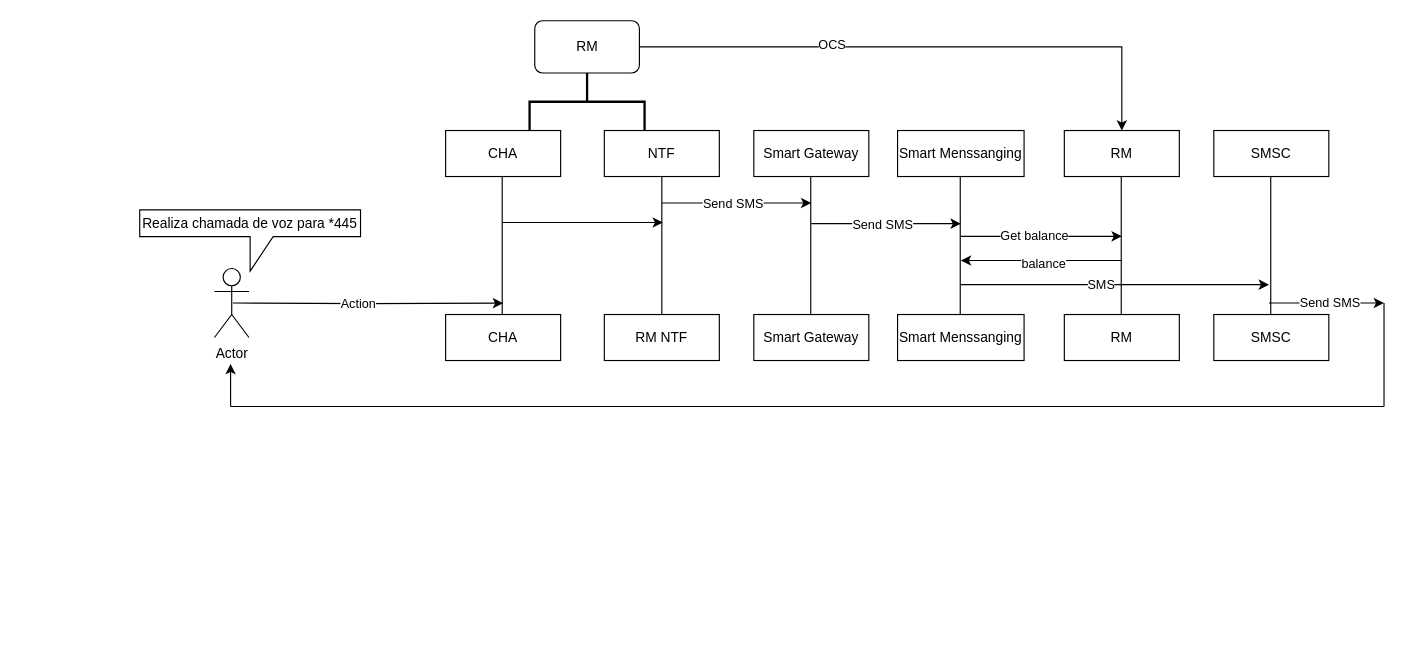
The draw.io diagram Service455.drawio in SAMUKISZHSD/Draw.io, before the edit. Source tidied: cells renumbered, new cells numbered last; positions are measured from the earlier drawing's top-left corner, leaving out a move shared by most shapes. Both pictures are drawn from the tidied source at 115%, with x=0, y=0 at pixel (139, 20).
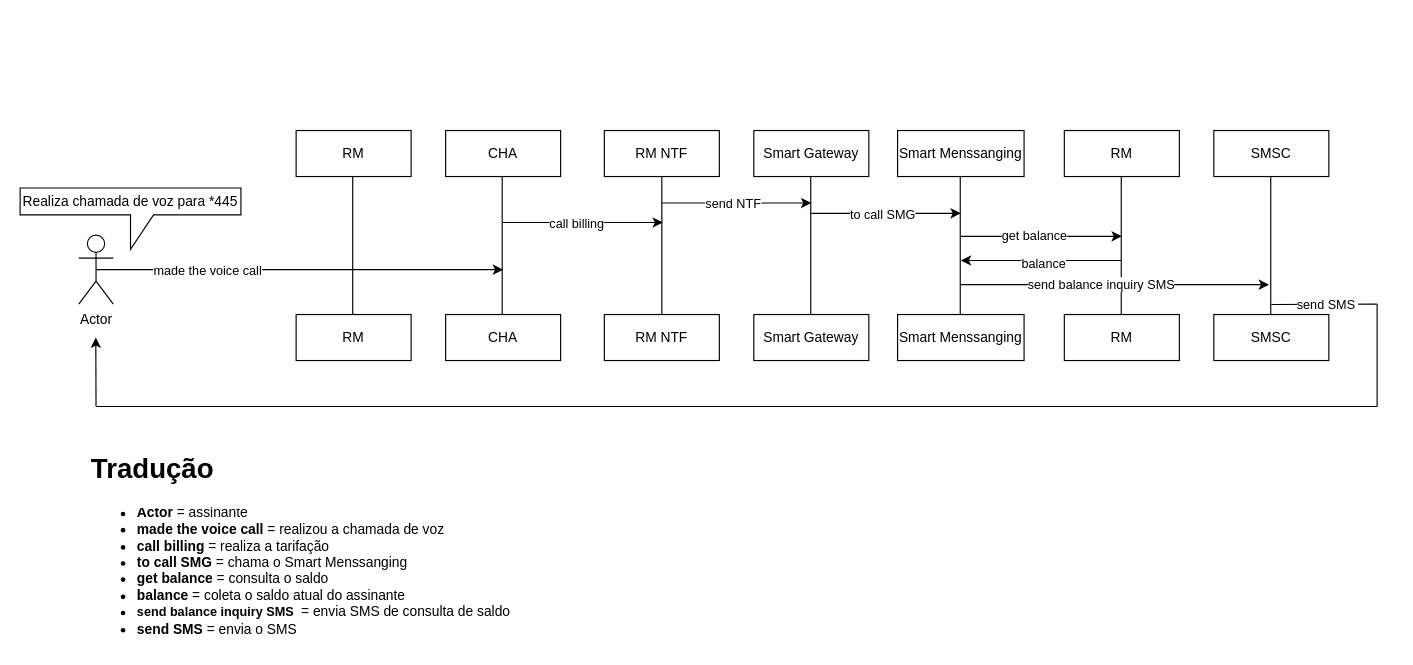
The same page after the edit.

Unchanged cells that the change refers to:
```xml
<mxCell id="5" value="RM" style="whiteSpace=wrap;html=1;align=center;" parent="1" vertex="1">
  <mxGeometry x="804" y="96" width="100" height="40" as="geometry" />
</mxCell>
<mxCell id="17" style="endArrow=classic;html=1;rounded=0;" parent="1" edge="1">
  <mxGeometry relative="1" as="geometry">
    <mxPoint x="454" y="159" as="sourcePoint" />
    <mxPoint x="584" y="159" as="targetPoint" />
  </mxGeometry>
</mxCell>
<mxCell id="21" style="endArrow=classic;html=1;rounded=0;" parent="1" edge="1">
  <mxGeometry relative="1" as="geometry">
    <mxPoint x="714" y="188" as="sourcePoint" />
    <mxPoint x="854" y="188" as="targetPoint" />
  </mxGeometry>
</mxCell>
<mxCell id="25" style="endArrow=classic;html=1;rounded=0;" parent="1" edge="1">
  <mxGeometry relative="1" as="geometry">
    <mxPoint x="714" y="230" as="sourcePoint" />
    <mxPoint x="982" y="230" as="targetPoint" />
  </mxGeometry>
</mxCell>
<mxCell id="35" style="endArrow=classic;html=1;rounded=0;" parent="1" edge="1">
  <mxGeometry relative="1" as="geometry">
    <mxPoint x="315" y="176" as="sourcePoint" />
    <mxPoint x="455" y="176" as="targetPoint" />
  </mxGeometry>
</mxCell>
```

The edit, as a diff of the source:
```diff
@@
-    <mxCell id="2" value="NTF" style="whiteSpace=wrap;html=1;align=center;" parent="1" vertex="1">
+    <mxCell id="2" value="RM NTF" style="whiteSpace=wrap;html=1;align=center;" parent="1" vertex="1">
       <mxGeometry x="404" y="96" width="100" height="40" as="geometry" />
     </mxCell>
@@
-    <mxCell id="18" value="Send SMS" style="edgeLabel;html=1;align=center;verticalAlign=middle;" parent="17" vertex="1">
+    <mxCell id="18" value="send NTF" style="edgeLabel;html=1;align=center;verticalAlign=middle;" parent="17" vertex="1">
       <mxGeometry x="-0.06" relative="1" as="geometry" />
     </mxCell>
     <mxCell id="19" style="endArrow=classic;html=1;rounded=0;" parent="1" edge="1">
       <mxGeometry relative="1" as="geometry">
-        <mxPoint x="584" y="177" as="sourcePoint" />
-        <mxPoint x="714" y="177" as="targetPoint" />
+        <mxPoint x="584" y="168" as="sourcePoint" />
+        <mxPoint x="714" y="168" as="targetPoint" />
       </mxGeometry>
     </mxCell>
-    <mxCell id="20" value="Send SMS" style="edgeLabel;html=1;align=center;verticalAlign=middle;" parent="19" vertex="1">
+    <mxCell id="20" value="to call SMG" style="edgeLabel;html=1;align=center;verticalAlign=middle;" parent="19" vertex="1">
       <mxGeometry x="-0.06" relative="1" as="geometry" />
     </mxCell>
@@
-    <mxCell id="22" value="Get balance" style="edgeLabel;html=1;align=center;verticalAlign=middle;" parent="21" vertex="1">
+    <mxCell id="22" value="get balance" style="edgeLabel;html=1;align=center;verticalAlign=middle;" parent="21" vertex="1">
       <mxGeometry x="-0.1" y="1" relative="1" as="geometry" />
     </mxCell>
@@
-    <mxCell id="26" value="SMS" style="edgeLabel;html=1;align=center;verticalAlign=middle;" parent="25" vertex="1">
+    <mxCell id="26" value="send balance inquiry SMS" style="edgeLabel;html=1;align=center;verticalAlign=middle;" parent="25" vertex="1">
       <mxGeometry x="-0.1" y="1" relative="1" as="geometry" />
     </mxCell>
-    <mxCell id="27" style="edgeStyle=orthogonalEdgeStyle;rounded=0;orthogonalLoop=1;jettySize=auto;html=1;exitX=0.5;exitY=0.5;exitDx=0;exitDy=0;exitPerimeter=0;" parent="1" edge="1">
-      <mxGeometry relative="1" as="geometry">
-        <mxPoint x="81" y="246" as="sourcePoint" />
-        <mxPoint x="316" y="246.1" as="targetPoint" />
-      </mxGeometry>
-    </mxCell>
-    <mxCell id="28" value="Action" style="edgeLabel;html=1;align=center;verticalAlign=middle;" parent="27" vertex="1">
-      <mxGeometry x="-0.07" relative="1" as="geometry" />
-    </mxCell>
+    <mxCell id="44" style="edgeStyle=orthogonalEdgeStyle;rounded=0;jettySize=auto;html=1;exitX=0.5;exitY=0.5;exitDx=0;exitDy=0;exitPerimeter=0;" parent="1" edge="1" source="29">
+      <mxGeometry relative="1" as="geometry">
+        <mxPoint x="316" y="217" as="targetPoint" />
+      </mxGeometry>
+    </mxCell>
+    <mxCell id="45" value="made the voice call" style="edgeLabel;html=1;align=center;verticalAlign=middle;" parent="44" vertex="1">
+      <mxGeometry x="-0.46" relative="1" as="geometry" />
+    </mxCell>
     <mxCell id="29" value="Actor" style="shape=umlActor;verticalLabelPosition=bottom;verticalAlign=top;html=1;outlineConnect=0;" parent="1" vertex="1">
-      <mxGeometry x="65" y="216" width="30" height="60" as="geometry" />
+      <mxGeometry x="-53" y="187" width="30" height="60" as="geometry" />
     </mxCell>
     <mxCell id="30" value="Realiza chamada de voz para *445" style="shape=callout;whiteSpace=wrap;html=1;perimeter=calloutPerimeter;" parent="1" vertex="1">
-      <mxGeometry y="165" width="192" height="53.3" as="geometry" />
+      <mxGeometry x="-104" y="146" width="192" height="53.3" as="geometry" />
     </mxCell>
-    <mxCell id="31" style="endArrow=classic;html=1;rounded=0;" parent="1" edge="1">
-      <mxGeometry relative="1" as="geometry">
-        <mxPoint x="79" y="336" as="sourcePoint" />
-        <mxPoint x="79" y="299" as="targetPoint" />
-      </mxGeometry>
-    </mxCell>
@@
-    <mxCell id="36" style="endArrow=none;html=1;rounded=0;" parent="1" edge="1">
-      <mxGeometry relative="1" as="geometry">
-        <mxPoint x="79" y="336" as="sourcePoint" />
-        <mxPoint x="1082" y="336" as="targetPoint" />
-      </mxGeometry>
-    </mxCell>
-    <mxCell id="37" style="endArrow=none;html=1;rounded=0;" parent="1" edge="1">
-      <mxGeometry relative="1" as="geometry">
-        <mxPoint x="1082" y="336" as="sourcePoint" />
-        <mxPoint x="1082" y="246" as="targetPoint" />
-      </mxGeometry>
-    </mxCell>
-    <mxCell id="38" style="endArrow=classic;html=1;rounded=0;" parent="1" edge="1">
-      <mxGeometry relative="1" as="geometry">
-        <mxPoint x="982" y="246" as="sourcePoint" />
-        <mxPoint x="1082" y="246" as="targetPoint" />
-      </mxGeometry>
-    </mxCell>
-    <mxCell id="39" value="Send SMS" style="edgeLabel;html=1;align=center;verticalAlign=middle;" parent="38" vertex="1">
-      <mxGeometry x="0.04" y="1" relative="1" as="geometry" />
-    </mxCell>
-    <mxCell id="40" style="strokeWidth=2;html=1;shape=mxgraph.flowchart.annotation_2;align=left;labelPosition=right;rotation=90;" parent="1" vertex="1">
-      <mxGeometry x="364" y="21" width="50" height="100" as="geometry" />
-    </mxCell>
-    <mxCell id="41" style="edgeStyle=orthogonalEdgeStyle;rounded=0;jettySize=auto;html=1;exitX=1;exitY=0.5;exitDx=0;exitDy=0;entryX=0.5;entryY=0;entryDx=0;entryDy=0;" parent="1" edge="1" source="43" target="5">
-      <mxGeometry relative="1" as="geometry" />
-    </mxCell>
-    <mxCell id="42" value="OCS" style="edgeLabel;html=1;align=center;verticalAlign=middle;" parent="41" vertex="1">
-      <mxGeometry x="-0.32" y="2" relative="1" as="geometry" />
-    </mxCell>
-    <mxCell id="43" value="RM" style="rounded=1;whiteSpace=wrap;html=1;" parent="1" vertex="1">
-      <mxGeometry x="343.5" y="0.5" width="91" height="45.5" as="geometry" />
-    </mxCell>
+    <mxCell id="46" value="call billing" style="edgeLabel;html=1;align=center;verticalAlign=middle;" parent="35" vertex="1">
+      <mxGeometry x="-0.09" relative="1" as="geometry" />
+    </mxCell>
+    <mxCell id="47" value="&lt;h1 style=&quot;margin-top: 0px;&quot;&gt;Tradução&lt;/h1&gt;&lt;p&gt;&lt;/p&gt;&lt;ul&gt;&lt;li&gt;&lt;b&gt;Actor&lt;/b&gt; = assinante&lt;/li&gt;&lt;li&gt;&lt;span style=&quot;background-color: initial;&quot;&gt;&lt;b&gt;made the voice call&lt;/b&gt; =&amp;nbsp;realizou a chamada de voz&lt;/span&gt;&lt;/li&gt;&lt;li&gt;&lt;b&gt;call billing&lt;/b&gt; = realiza a tarifação&lt;/li&gt;&lt;li&gt;&lt;b&gt;to call SMG&lt;/b&gt; = chama o Smart Menssanging&amp;nbsp; &amp;nbsp; &amp;nbsp; &amp;nbsp;&lt;/li&gt;&lt;li&gt;&lt;b&gt;get balance&lt;/b&gt; = consulta o saldo&lt;/li&gt;&lt;li&gt;&lt;b&gt;balance&lt;/b&gt; = coleta o saldo atual do assinante&amp;nbsp;&lt;/li&gt;&lt;li&gt;&lt;span style=&quot;background-color: rgb(255, 255, 255); font-size: 11px; text-align: center; text-wrap: nowrap;&quot;&gt;&lt;b&gt;send balance inquiry SMS&lt;/b&gt;&amp;nbsp;&lt;/span&gt;&amp;nbsp;= envia SMS de consulta de saldo&amp;nbsp;&lt;/li&gt;&lt;li&gt;&lt;b&gt;send SMS&lt;/b&gt; = envia o SMS&amp;nbsp;&lt;/li&gt;&lt;/ul&gt;&lt;p&gt;&lt;/p&gt;" style="text;html=1;whiteSpace=wrap;overflow=hidden;rounded=0;" parent="1" vertex="1">
+      <mxGeometry x="-44" y="370" width="470" height="170" as="geometry" />
+    </mxCell>
+    <mxCell id="48" value="RM" style="whiteSpace=wrap;html=1;align=center;" parent="1" vertex="1">
+      <mxGeometry x="136" y="96" width="100" height="40" as="geometry" />
+    </mxCell>
+    <mxCell id="49" value="RM" style="whiteSpace=wrap;html=1;align=center;" parent="1" vertex="1">
+      <mxGeometry x="136" y="256" width="100" height="40" as="geometry" />
+    </mxCell>
+    <mxCell id="50" style="endArrow=none;html=1;rounded=0;entryX=0.5;entryY=1;entryDx=0;entryDy=0;exitX=0.5;exitY=0;exitDx=0;exitDy=0;" parent="1" edge="1">
+      <mxGeometry relative="1" as="geometry">
+        <mxPoint x="185.2" y="256" as="sourcePoint" />
+        <mxPoint x="185.2" y="136" as="targetPoint" />
+      </mxGeometry>
+    </mxCell>
+    <mxCell id="51" style="endArrow=classic;html=1;rounded=0;" parent="1" edge="1">
+      <mxGeometry relative="1" as="geometry">
+        <mxPoint x="-38" y="336" as="sourcePoint" />
+        <mxPoint x="-38.2" y="276" as="targetPoint" />
+      </mxGeometry>
+    </mxCell>
+    <mxCell id="52" style="endArrow=none;html=1;rounded=0;" parent="1" edge="1">
+      <mxGeometry relative="1" as="geometry">
+        <mxPoint x="-38" y="336" as="sourcePoint" />
+        <mxPoint x="1076" y="336" as="targetPoint" />
+      </mxGeometry>
+    </mxCell>
+    <mxCell id="53" style="endArrow=none;html=1;rounded=0;" parent="1" edge="1">
+      <mxGeometry relative="1" as="geometry">
+        <mxPoint x="1076" y="336" as="sourcePoint" />
+        <mxPoint x="1076" y="247" as="targetPoint" />
+      </mxGeometry>
+    </mxCell>
+    <mxCell id="54" style="endArrow=none;html=1;rounded=0;" parent="1" edge="1">
+      <mxGeometry relative="1" as="geometry">
+        <mxPoint x="984" y="247.3" as="sourcePoint" />
+        <mxPoint x="1076" y="247" as="targetPoint" />
+      </mxGeometry>
+    </mxCell>
+    <mxCell id="55" value="send SMS&amp;nbsp;" style="edgeLabel;html=1;align=center;verticalAlign=middle;" parent="54" vertex="1">
+      <mxGeometry x="0.06" relative="1" as="geometry" />
+    </mxCell>
```
